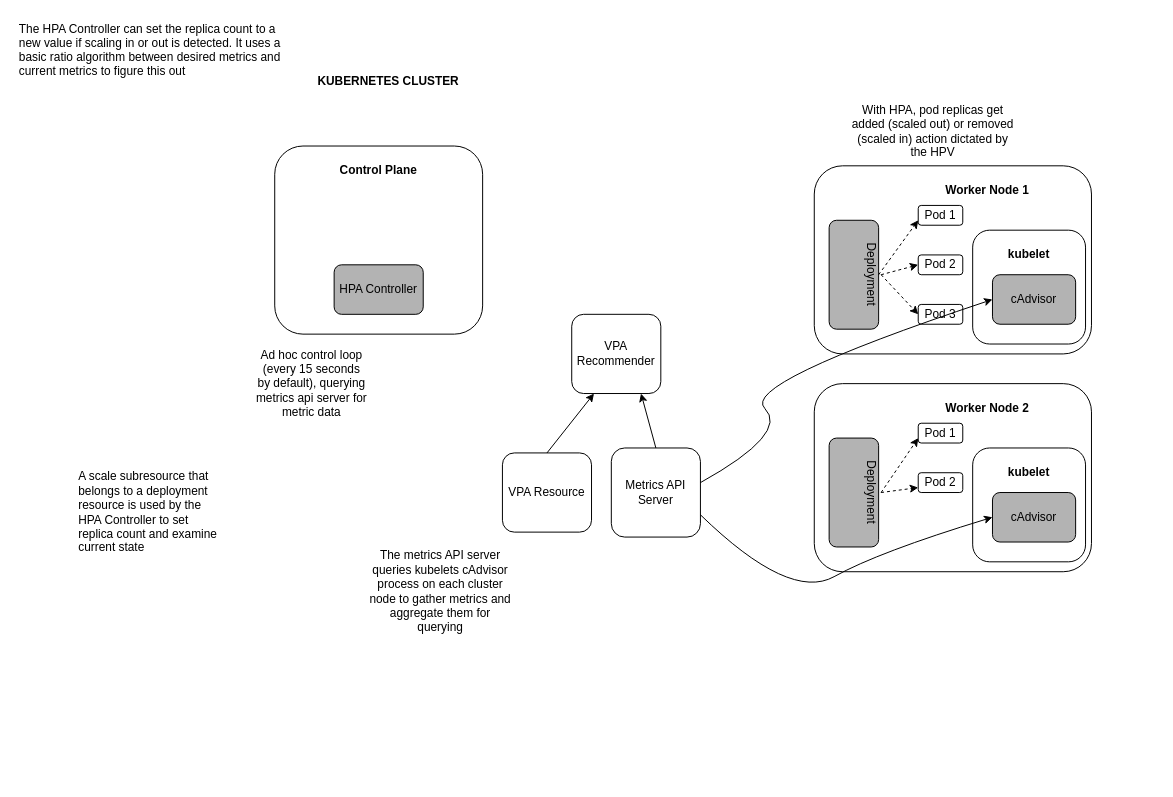
Above: vpa.drawio in kerrystack/msc-project (draw.io), before the change. Source tidied: cells renumbered, new cells numbered last; positions are measured from the earlier drawing's top-left corner, leaving out a move shared by most shapes. Both pictures are drawn from the tidied source at 99%, with x=0, y=0 at pixel (17, 17).
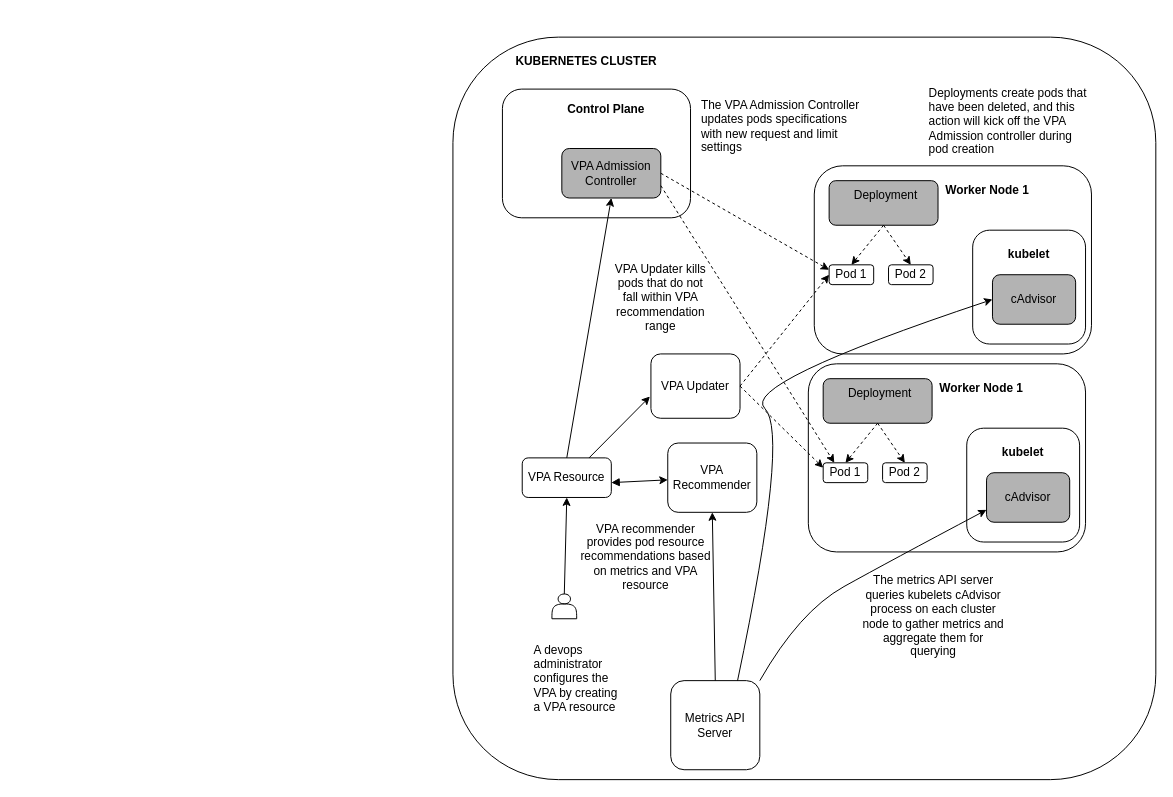
The same page after the edit.

The change refers to these unchanged cells:
```xml
<mxCell id="13" value="cAdvisor" style="rounded=1;whiteSpace=wrap;html=1;fillColor=#B3B3B3;" parent="1" vertex="1">
  <mxGeometry x="985" y="260" width="84" height="50" as="geometry" />
</mxCell>
```

Diff of the diagram source:
```diff
@@
     <mxCell id="2" style="rounded=1;whiteSpace=wrap;html=1;" parent="1" vertex="1">
-      <mxGeometry x="260" y="130" width="210" height="190" as="geometry" />
+      <mxGeometry x="490" y="72.5" width="190" height="130" as="geometry" />
     </mxCell>
     <mxCell id="3" value="&lt;b&gt;Control Plane&lt;/b&gt;" style="text;html=1;strokeColor=none;fillColor=none;align=center;verticalAlign=middle;whiteSpace=wrap;rounded=0;" parent="1" vertex="1">
-      <mxGeometry x="310" y="140" width="110" height="30" as="geometry" />
+      <mxGeometry x="540" y="77.5" width="110" height="30" as="geometry" />
     </mxCell>
-    <mxCell id="4" value="HPA Controller" style="rounded=1;whiteSpace=wrap;html=1;fillColor=#B3B3B3;" parent="1" vertex="1">
-      <mxGeometry x="320" y="250" width="90" height="50" as="geometry" />
+    <mxCell id="4" value="VPA Admission Controller" style="rounded=1;whiteSpace=wrap;html=1;fillColor=#B3B3B3;" parent="1" vertex="1">
+      <mxGeometry x="550" y="132.5" width="100" height="50" as="geometry" />
     </mxCell>
-    <mxCell id="5" value="Ad hoc control loop (every 15 seconds by default), querying metrics api server for metric data" style="text;html=1;strokeColor=none;fillColor=none;align=center;verticalAlign=middle;whiteSpace=wrap;rounded=0;" parent="1" vertex="1">
-      <mxGeometry x="240" y="330" width="115" height="80" as="geometry" />
+    <mxCell id="5" value="VPA recommender provides pod resource recommendations based on metrics and VPA resource" style="text;html=1;strokeColor=none;fillColor=none;align=center;verticalAlign=middle;whiteSpace=wrap;rounded=0;" parent="1" vertex="1">
+      <mxGeometry x="565" y="482.5" width="140" height="125" as="geometry" />
     </mxCell>
@@
     <mxCell id="8" value="Pod 1" style="rounded=1;whiteSpace=wrap;html=1;" parent="1" vertex="1">
-      <mxGeometry x="910" y="190" width="45" height="20" as="geometry" />
+      <mxGeometry x="820" y="250" width="45" height="20" as="geometry" />
     </mxCell>
     <mxCell id="9" value="Pod 2" style="rounded=1;whiteSpace=wrap;html=1;" parent="1" vertex="1">
-      <mxGeometry x="910" y="240" width="45" height="20" as="geometry" />
+      <mxGeometry x="880" y="250" width="45" height="20" as="geometry" />
     </mxCell>
-    <mxCell id="10" value="Pod 3" style="rounded=1;whiteSpace=wrap;html=1;" parent="1" vertex="1">
-      <mxGeometry x="910" y="290" width="45" height="20" as="geometry" />
-    </mxCell>
@@
-    <mxCell id="14" style="rounded=1;whiteSpace=wrap;html=1;fillColor=#B3B3B3;rotation=90;" parent="1" vertex="1">
-      <mxGeometry x="790" y="235" width="110" height="50" as="geometry" />
+    <mxCell id="14" style="rounded=1;whiteSpace=wrap;html=1;fillColor=#B3B3B3;rotation=0;" parent="1" vertex="1">
+      <mxGeometry x="820" y="165" width="110" height="45" as="geometry" />
     </mxCell>
-    <mxCell id="15" value="Deployment" style="text;html=1;strokeColor=none;fillColor=none;align=center;verticalAlign=middle;whiteSpace=wrap;rounded=0;rotation=90;" parent="1" vertex="1">
-      <mxGeometry x="805" y="250" width="115" height="20" as="geometry" />
+    <mxCell id="15" value="Deployment" style="text;html=1;strokeColor=none;fillColor=none;align=center;verticalAlign=middle;whiteSpace=wrap;rounded=0;rotation=0;" parent="1" vertex="1">
+      <mxGeometry x="820" y="170" width="115" height="20" as="geometry" />
     </mxCell>
-    <mxCell id="16" style="rounded=1;whiteSpace=wrap;html=1;" parent="1" vertex="1">
-      <mxGeometry x="805" y="370" width="280" height="190" as="geometry" />
-    </mxCell>
-    <mxCell id="17" value="&lt;b&gt;Worker Node 2&lt;/b&gt;" style="text;html=1;strokeColor=none;fillColor=none;align=center;verticalAlign=middle;whiteSpace=wrap;rounded=0;" parent="1" vertex="1">
-      <mxGeometry x="925" y="380" width="110" height="30" as="geometry" />
-    </mxCell>
-    <mxCell id="18" value="Pod 1" style="rounded=1;whiteSpace=wrap;html=1;" parent="1" vertex="1">
-      <mxGeometry x="910" y="410" width="45" height="20" as="geometry" />
-    </mxCell>
-    <mxCell id="19" value="Pod 2" style="rounded=1;whiteSpace=wrap;html=1;" parent="1" vertex="1">
-      <mxGeometry x="910" y="460" width="45" height="20" as="geometry" />
-    </mxCell>
-    <mxCell id="20" style="rounded=1;whiteSpace=wrap;html=1;" parent="1" vertex="1">
-      <mxGeometry x="965" y="435" width="114" height="115" as="geometry" />
-    </mxCell>
-    <mxCell id="21" value="&lt;b&gt;kubelet&lt;/b&gt;" style="text;html=1;strokeColor=none;fillColor=none;align=center;verticalAlign=middle;whiteSpace=wrap;rounded=0;" parent="1" vertex="1">
-      <mxGeometry x="985" y="450" width="74" height="20" as="geometry" />
-    </mxCell>
-    <mxCell id="22" value="cAdvisor" style="rounded=1;whiteSpace=wrap;html=1;fillColor=#B3B3B3;" parent="1" vertex="1">
-      <mxGeometry x="985" y="480" width="84" height="50" as="geometry" />
-    </mxCell>
-    <mxCell id="23" style="rounded=1;whiteSpace=wrap;html=1;fillColor=#B3B3B3;rotation=90;" parent="1" vertex="1">
-      <mxGeometry x="790" y="455" width="110" height="50" as="geometry" />
-    </mxCell>
-    <mxCell id="24" value="Deployment" style="text;html=1;strokeColor=none;fillColor=none;align=center;verticalAlign=middle;whiteSpace=wrap;rounded=0;rotation=90;" parent="1" vertex="1">
-      <mxGeometry x="805" y="470" width="115" height="20" as="geometry" />
-    </mxCell>
-    <mxCell id="25" value="A scale subresource that belongs to a deployment resource is used by the HPA Controller to set replica count and examine current state" style="text;html=1;strokeColor=none;fillColor=none;align=left;verticalAlign=middle;whiteSpace=wrap;rounded=0;" parent="1" vertex="1">
-      <mxGeometry x="60" y="440" width="146" height="120" as="geometry" />
+    <mxCell id="25" value="A devops administrator configures the VPA by creating a VPA resource" style="text;html=1;strokeColor=none;fillColor=none;align=left;verticalAlign=middle;whiteSpace=wrap;rounded=0;" parent="1" vertex="1">
+      <mxGeometry x="520" y="607.5" width="90" height="120" as="geometry" />
     </mxCell>
     <mxCell id="26" value="The metrics API server queries kubelets cAdvisor process on each cluster node to gather metrics and aggregate them for querying" style="text;html=1;strokeColor=none;fillColor=none;align=center;verticalAlign=middle;whiteSpace=wrap;rounded=0;" parent="1" vertex="1">
-      <mxGeometry x="355" y="530" width="145" height="100" as="geometry" />
+      <mxGeometry x="852.5" y="555" width="145" height="100" as="geometry" />
     </mxCell>
-    <mxCell id="27" value="The HPA Controller can set the replica count to a new value if scaling in or out is detected. It uses a basic ratio algorithm between desired metrics and current metrics to figure this out" style="text;html=1;strokeColor=none;fillColor=none;align=left;verticalAlign=middle;whiteSpace=wrap;rounded=0;" parent="1" vertex="1">
-      <mxGeometry width="285" height="65" as="geometry" />
+    <mxCell id="27" value="The VPA Admission Controller updates pods specifications with new request and limit settings&amp;nbsp;" style="text;html=1;strokeColor=none;fillColor=none;align=left;verticalAlign=middle;whiteSpace=wrap;rounded=0;" parent="1" vertex="1">
+      <mxGeometry x="689" y="77.5" width="170" height="65" as="geometry" />
     </mxCell>
     <mxCell id="28" value="KUBERNETES CLUSTER" style="text;html=1;strokeColor=none;fillColor=none;align=center;verticalAlign=middle;whiteSpace=wrap;rounded=0;fontStyle=1;" parent="1" vertex="1">
-      <mxGeometry x="280" y="50" width="190" height="30" as="geometry" />
+      <mxGeometry x="480" y="30" width="190" height="30" as="geometry" />
     </mxCell>
-    <mxCell id="29" value="With HPA, pod replicas get added (scaled out) or removed (scaled in) action dictated by the HPV" style="text;html=1;strokeColor=none;fillColor=none;align=center;verticalAlign=middle;whiteSpace=wrap;rounded=0;" parent="1" vertex="1">
-      <mxGeometry x="840" y="80" width="170" height="70" as="geometry" />
-    </mxCell>
-    <mxCell id="30" style="endArrow=classic;html=1;rounded=0;dashed=1;entryX=0;entryY=0.75;entryDx=0;entryDy=0;" parent="1" edge="1" target="8">
-      <mxGeometry relative="1" as="geometry">
-        <mxPoint x="870" y="260" as="sourcePoint" />
-      </mxGeometry>
-    </mxCell>
-    <mxCell id="31" style="endArrow=classic;html=1;rounded=0;dashed=1;entryX=0;entryY=0.5;entryDx=0;entryDy=0;exitX=0.5;exitY=0;exitDx=0;exitDy=0;" parent="1" edge="1" source="15" target="9">
-      <mxGeometry relative="1" as="geometry" />
-    </mxCell>
-    <mxCell id="32" style="endArrow=classic;html=1;rounded=0;dashed=1;entryX=0;entryY=0.5;entryDx=0;entryDy=0;exitX=0.5;exitY=0;exitDx=0;exitDy=0;" parent="1" edge="1" source="15" target="10">
-      <mxGeometry relative="1" as="geometry" />
-    </mxCell>
-    <mxCell id="33" style="endArrow=classic;html=1;rounded=0;dashed=1;exitX=0.5;exitY=0;exitDx=0;exitDy=0;entryX=0;entryY=0.75;entryDx=0;entryDy=0;" parent="1" edge="1" source="24" target="18">
-      <mxGeometry relative="1" as="geometry" />
-    </mxCell>
-    <mxCell id="34" style="endArrow=classic;html=1;rounded=0;dashed=1;entryX=0;entryY=0.75;entryDx=0;entryDy=0;exitX=0.5;exitY=0;exitDx=0;exitDy=0;" parent="1" edge="1" source="24" target="19">
-      <mxGeometry relative="1" as="geometry" />
-    </mxCell>
     <mxCell id="35" value="Metrics API &lt;br&gt;Server" style="rounded=1;whiteSpace=wrap;html=1;" parent="1" vertex="1">
-      <mxGeometry x="600" y="435" width="90" height="90" as="geometry" />
+      <mxGeometry x="660" y="670" width="90" height="90" as="geometry" />
     </mxCell>
-    <mxCell id="36" style="curved=1;endArrow=classic;html=1;rounded=0;entryX=0;entryY=0.5;entryDx=0;entryDy=0;exitX=1;exitY=0.75;exitDx=0;exitDy=0;" parent="1" edge="1" source="35" target="22">
-      <mxGeometry relative="1" as="geometry">
-        <Array as="points">
-          <mxPoint x="780" y="590" />
-          <mxPoint x="870" y="540" />
-        </Array>
-      </mxGeometry>
-    </mxCell>
-    <mxCell id="37" style="curved=1;endArrow=classic;html=1;rounded=0;exitX=1;exitY=0.389;exitDx=0;exitDy=0;exitPerimeter=0;entryX=0;entryY=0.5;entryDx=0;entryDy=0;" parent="1" edge="1" source="35" target="13">
+    <mxCell id="37" style="curved=1;endArrow=classic;html=1;rounded=0;exitX=0.75;exitY=0;exitDx=0;exitDy=0;entryX=0;entryY=0.5;entryDx=0;entryDy=0;" parent="1" edge="1" source="35" target="13">
       <mxGeometry relative="1" as="geometry">
         <Array as="points">
           <mxPoint x="780" y="420" />
           <mxPoint x="730" y="370" />
         </Array>
       </mxGeometry>
     </mxCell>
     <mxCell id="38" value="VPA Recommender" style="rounded=1;whiteSpace=wrap;html=1;" parent="1" vertex="1">
-      <mxGeometry x="560" y="300" width="90" height="80" as="geometry" />
+      <mxGeometry x="657" y="430" width="90" height="70" as="geometry" />
     </mxCell>
-    <mxCell id="39" style="endArrow=classic;html=1;rounded=0;exitX=0.5;exitY=0;exitDx=0;exitDy=0;" parent="1" edge="1" source="35">
-      <mxGeometry relative="1" as="geometry">
-        <mxPoint x="630" y="380" as="targetPoint" />
-      </mxGeometry>
+    <mxCell id="39" style="endArrow=classic;html=1;rounded=0;exitX=0.5;exitY=0;exitDx=0;exitDy=0;entryX=0.5;entryY=1;entryDx=0;entryDy=0;" parent="1" edge="1" source="35" target="38">
+      <mxGeometry relative="1" as="geometry" />
     </mxCell>
     <mxCell id="40" value="VPA Resource" style="rounded=1;whiteSpace=wrap;html=1;" parent="1" vertex="1">
-      <mxGeometry x="490" y="440" width="90" height="80" as="geometry" />
+      <mxGeometry x="510" y="445" width="90" height="40" as="geometry" />
     </mxCell>
-    <mxCell id="41" style="endArrow=classic;html=1;rounded=0;exitX=0.5;exitY=0;exitDx=0;exitDy=0;entryX=0.25;entryY=1;entryDx=0;entryDy=0;" parent="1" edge="1" source="40" target="38">
-      <mxGeometry relative="1" as="geometry" />
+    <mxCell id="41" style="endArrow=classic;html=1;rounded=0;startArrow=block;startFill=1;" parent="1" edge="1" target="38">
+      <mxGeometry relative="1" as="geometry">
+        <mxPoint x="600" y="470" as="sourcePoint" />
+      </mxGeometry>
     </mxCell>
+    <mxCell id="42" style="shape=actor;whiteSpace=wrap;html=1;" parent="1" vertex="1">
+      <mxGeometry x="540" y="582.5" width="25" height="25" as="geometry" />
+    </mxCell>
+    <mxCell id="43" style="endArrow=classic;html=1;rounded=0;exitX=0.5;exitY=0;exitDx=0;exitDy=0;entryX=0.5;entryY=1;entryDx=0;entryDy=0;" parent="1" edge="1" source="42" target="40">
+      <mxGeometry relative="1" as="geometry" />
+    </mxCell>
+    <mxCell id="44" style="endArrow=classic;html=1;rounded=0;exitX=0.5;exitY=0;exitDx=0;exitDy=0;entryX=0.5;entryY=1;entryDx=0;entryDy=0;" parent="1" edge="1" source="40" target="4">
+      <mxGeometry relative="1" as="geometry" />
+    </mxCell>
+    <mxCell id="45" style="endArrow=classic;html=1;rounded=0;dashed=1;exitX=0.5;exitY=1;exitDx=0;exitDy=0;entryX=0.5;entryY=0;entryDx=0;entryDy=0;" parent="1" edge="1" source="14" target="8">
+      <mxGeometry relative="1" as="geometry" />
+    </mxCell>
+    <mxCell id="46" style="endArrow=classic;html=1;rounded=0;dashed=1;exitX=0.5;exitY=1;exitDx=0;exitDy=0;entryX=0.5;entryY=0;entryDx=0;entryDy=0;" parent="1" edge="1" source="14" target="9">
+      <mxGeometry relative="1" as="geometry" />
+    </mxCell>
+    <mxCell id="47" style="rounded=1;whiteSpace=wrap;html=1;" parent="1" vertex="1">
+      <mxGeometry x="799" y="350" width="280" height="190" as="geometry" />
+    </mxCell>
+    <mxCell id="48" value="&lt;b&gt;Worker Node 1&lt;/b&gt;" style="text;html=1;strokeColor=none;fillColor=none;align=center;verticalAlign=middle;whiteSpace=wrap;rounded=0;" parent="1" vertex="1">
+      <mxGeometry x="919" y="360" width="110" height="30" as="geometry" />
+    </mxCell>
+    <mxCell id="18" value="Pod 1" style="rounded=1;whiteSpace=wrap;html=1;" parent="1" vertex="1">
+      <mxGeometry x="814" y="450" width="45" height="20" as="geometry" />
+    </mxCell>
+    <mxCell id="19" value="Pod 2" style="rounded=1;whiteSpace=wrap;html=1;" parent="1" vertex="1">
+      <mxGeometry x="874" y="450" width="45" height="20" as="geometry" />
+    </mxCell>
+    <mxCell id="49" style="rounded=1;whiteSpace=wrap;html=1;" parent="1" vertex="1">
+      <mxGeometry x="959" y="415" width="114" height="115" as="geometry" />
+    </mxCell>
+    <mxCell id="21" value="&lt;b&gt;kubelet&lt;/b&gt;" style="text;html=1;strokeColor=none;fillColor=none;align=center;verticalAlign=middle;whiteSpace=wrap;rounded=0;" parent="1" vertex="1">
+      <mxGeometry x="979" y="430" width="74" height="20" as="geometry" />
+    </mxCell>
+    <mxCell id="22" value="cAdvisor" style="rounded=1;whiteSpace=wrap;html=1;fillColor=#B3B3B3;" parent="1" vertex="1">
+      <mxGeometry x="979" y="460" width="84" height="50" as="geometry" />
+    </mxCell>
+    <mxCell id="50" style="rounded=1;whiteSpace=wrap;html=1;fillColor=#B3B3B3;rotation=0;" parent="1" vertex="1">
+      <mxGeometry x="814" y="365" width="110" height="45" as="geometry" />
+    </mxCell>
+    <mxCell id="24" value="Deployment" style="text;html=1;strokeColor=none;fillColor=none;align=center;verticalAlign=middle;whiteSpace=wrap;rounded=0;rotation=0;" parent="1" vertex="1">
+      <mxGeometry x="814" y="370" width="115" height="20" as="geometry" />
+    </mxCell>
+    <mxCell id="51" style="endArrow=classic;html=1;rounded=0;dashed=1;exitX=0.5;exitY=1;exitDx=0;exitDy=0;entryX=0.5;entryY=0;entryDx=0;entryDy=0;" parent="1" edge="1" source="50" target="18">
+      <mxGeometry relative="1" as="geometry" />
+    </mxCell>
+    <mxCell id="52" style="endArrow=classic;html=1;rounded=0;dashed=1;exitX=0.5;exitY=1;exitDx=0;exitDy=0;entryX=0.5;entryY=0;entryDx=0;entryDy=0;" parent="1" edge="1" source="50" target="19">
+      <mxGeometry relative="1" as="geometry" />
+    </mxCell>
+    <mxCell id="36" style="curved=1;endArrow=classic;html=1;rounded=0;entryX=0;entryY=0.75;entryDx=0;entryDy=0;exitX=1;exitY=0;exitDx=0;exitDy=0;" parent="1" edge="1" source="35" target="22">
+      <mxGeometry relative="1" as="geometry">
+        <Array as="points">
+          <mxPoint x="790" y="600" />
+          <mxPoint x="880" y="550" />
+        </Array>
+      </mxGeometry>
+    </mxCell>
+    <mxCell id="53" value="VPA Updater" style="rounded=1;whiteSpace=wrap;html=1;" parent="1" vertex="1">
+      <mxGeometry x="640" y="340" width="90" height="65" as="geometry" />
+    </mxCell>
+    <mxCell id="54" style="endArrow=classic;html=1;rounded=0;exitX=0.75;exitY=0;exitDx=0;exitDy=0;entryX=-0.011;entryY=0.662;entryDx=0;entryDy=0;entryPerimeter=0;" parent="1" edge="1" source="40" target="53">
+      <mxGeometry relative="1" as="geometry" />
+    </mxCell>
+    <mxCell id="55" style="endArrow=classic;html=1;rounded=0;exitX=1;exitY=0.5;exitDx=0;exitDy=0;dashed=1;entryX=0;entryY=0.25;entryDx=0;entryDy=0;" parent="1" edge="1" source="53" target="18">
+      <mxGeometry relative="1" as="geometry" />
+    </mxCell>
+    <mxCell id="56" style="endArrow=classic;html=1;rounded=0;exitX=1;exitY=0.5;exitDx=0;exitDy=0;dashed=1;entryX=0;entryY=0.5;entryDx=0;entryDy=0;" parent="1" edge="1" source="53" target="8">
+      <mxGeometry relative="1" as="geometry" />
+    </mxCell>
+    <mxCell id="57" style="endArrow=classic;html=1;rounded=0;exitX=1;exitY=0.5;exitDx=0;exitDy=0;dashed=1;entryX=0;entryY=0.25;entryDx=0;entryDy=0;" parent="1" edge="1" source="4" target="8">
+      <mxGeometry relative="1" as="geometry" />
+    </mxCell>
+    <mxCell id="58" style="endArrow=classic;html=1;rounded=0;exitX=1;exitY=0.75;exitDx=0;exitDy=0;dashed=1;entryX=0.25;entryY=0;entryDx=0;entryDy=0;" parent="1" edge="1" source="4" target="18">
+      <mxGeometry relative="1" as="geometry" />
+    </mxCell>
+    <mxCell id="59" value="VPA Updater kills pods that do not fall within VPA recommendation range" style="text;html=1;strokeColor=none;fillColor=none;align=center;verticalAlign=middle;whiteSpace=wrap;rounded=0;" parent="1" vertex="1">
+      <mxGeometry x="600" y="230" width="100" height="105" as="geometry" />
+    </mxCell>
+    <mxCell id="60" value="Deployments create pods that have been deleted, and this action will kick off the VPA Admission controller during pod creation" style="text;html=1;strokeColor=none;fillColor=none;align=left;verticalAlign=middle;whiteSpace=wrap;rounded=0;" parent="1" vertex="1">
+      <mxGeometry x="919" y="72.5" width="170" height="65" as="geometry" />
+    </mxCell>
+    <mxCell id="61" style="rounded=1;whiteSpace=wrap;html=1;fillColor=none;" parent="1" vertex="1">
+      <mxGeometry x="440" y="20" width="710" height="750" as="geometry" />
+    </mxCell>
```
